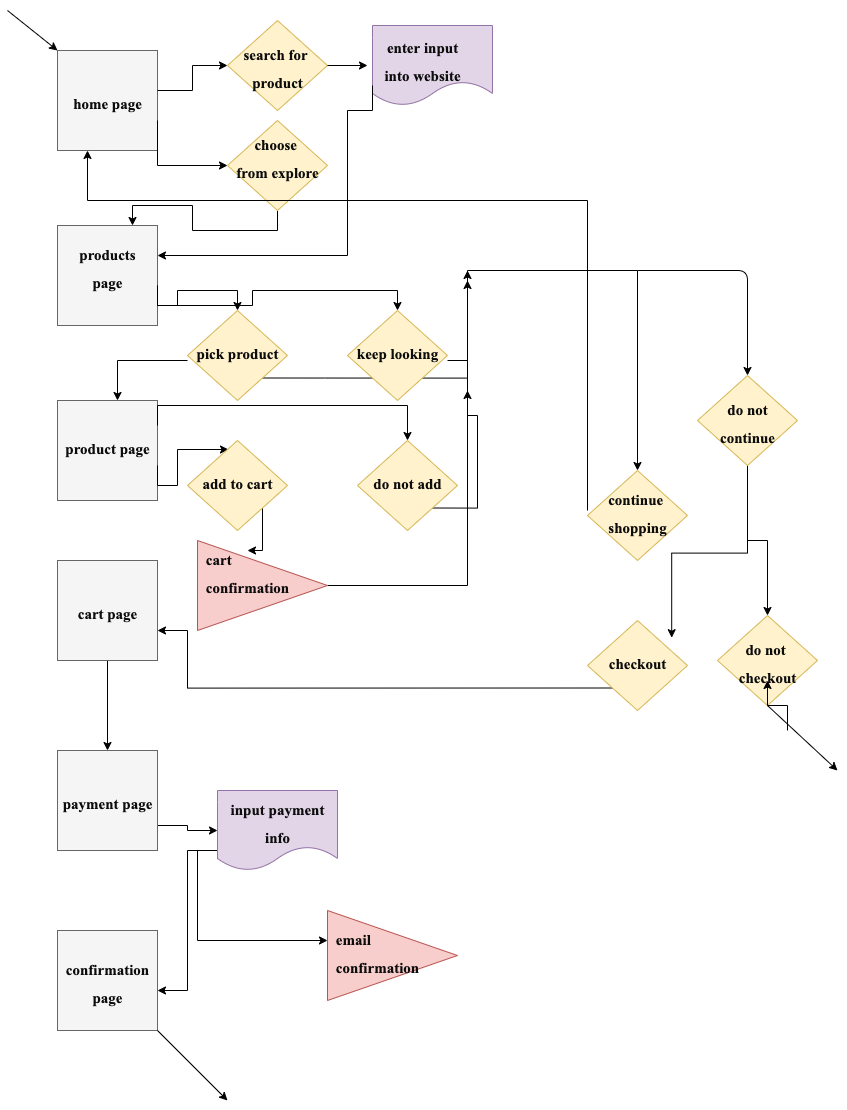
The draw.io diagram part2/part2.drawio.png in trisaleung/sp21-cse110-lab4, before a commit. Source tidied: cells renumbered, new cells last; positions are measured from the earlier drawing's top-left corner, leaving out a move shared by most shapes.
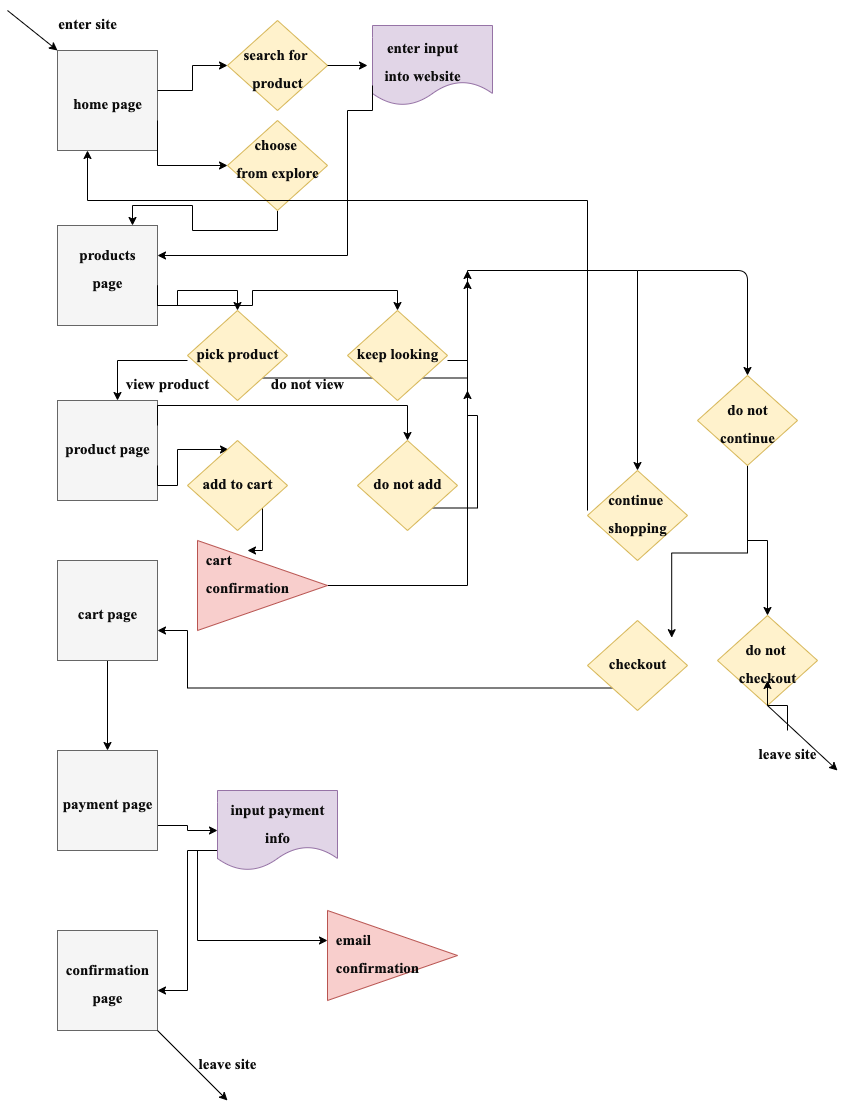
After the commit.

What changed in the source:
```diff
@@ -159,10 +159,10 @@
         <mxPoint y="10" as="sourcePoint" />
       </mxGeometry>
     </mxCell>
-    <mxCell id="45" value="&lt;font style=&quot;font-size: 15px&quot; face=&quot;Times New Roman&quot; color=&quot;#ffffff&quot;&gt;enter site&lt;/font&gt;" style="text;strokeColor=none;fillColor=none;html=1;fontSize=24;fontStyle=1;verticalAlign=middle;align=center;" parent="1" vertex="1">
+    <mxCell id="45" value="&lt;font style=&quot;font-size: 15px&quot; face=&quot;Times New Roman&quot; color=&quot;#0d0d0d&quot;&gt;enter site&lt;/font&gt;" style="text;strokeColor=none;fillColor=none;html=1;fontSize=24;fontStyle=1;verticalAlign=middle;align=center;" parent="1" vertex="1">
       <mxGeometry x="30" width="100" height="40" as="geometry" />
     </mxCell>
-    <mxCell id="46" value="&lt;font style=&quot;font-size: 15px&quot; face=&quot;Times New Roman&quot; color=&quot;#ffffff&quot;&gt;view product&lt;/font&gt;" style="text;strokeColor=none;fillColor=none;html=1;fontSize=24;fontStyle=1;verticalAlign=middle;align=center;" parent="1" vertex="1">
+    <mxCell id="46" value="&lt;font style=&quot;font-size: 15px&quot; face=&quot;Times New Roman&quot; color=&quot;#0d0d0d&quot;&gt;view product&lt;/font&gt;" style="text;strokeColor=none;fillColor=none;html=1;fontSize=24;fontStyle=1;verticalAlign=middle;align=center;" parent="1" vertex="1">
       <mxGeometry x="110" y="360" width="100" height="40" as="geometry" />
     </mxCell>
     <mxCell id="47" style="edgeStyle=orthogonalEdgeStyle;rounded=0;jettySize=auto;html=1;exitX=1;exitY=1;exitDx=0;exitDy=0;" parent="1" edge="1" source="48" target="37">
@@ -185,7 +185,7 @@
     <mxCell id="52" value="&lt;font color=&quot;#0d0d0d&quot; face=&quot;Times New Roman&quot;&gt;&lt;span style=&quot;font-size: 15px&quot;&gt;do not add&lt;/span&gt;&lt;/font&gt;" style="text;strokeColor=none;fillColor=none;html=1;fontSize=24;fontStyle=1;verticalAlign=middle;align=center;" parent="1" vertex="1">
       <mxGeometry x="350" y="460" width="100" height="40" as="geometry" />
     </mxCell>
-    <mxCell id="53" value="&lt;font style=&quot;font-size: 15px&quot; face=&quot;Times New Roman&quot; color=&quot;#ffffff&quot;&gt;do not view&lt;/font&gt;" style="text;strokeColor=none;fillColor=none;html=1;fontSize=24;fontStyle=1;verticalAlign=middle;align=center;" parent="1" vertex="1">
+    <mxCell id="53" value="&lt;font style=&quot;font-size: 15px&quot; face=&quot;Times New Roman&quot; color=&quot;#0d0d0d&quot;&gt;do not view&lt;/font&gt;" style="text;strokeColor=none;fillColor=none;html=1;fontSize=24;fontStyle=1;verticalAlign=middle;align=center;" parent="1" vertex="1">
       <mxGeometry x="250" y="360" width="100" height="40" as="geometry" />
     </mxCell>
     <mxCell id="54" style="rhombus;whiteSpace=wrap;html=1;fillColor=#fff2cc;strokeColor=#d6b656;" parent="1" vertex="1">
@@ -238,7 +238,7 @@
     <mxCell id="65" style="edgeStyle=orthogonalEdgeStyle;rounded=0;jettySize=auto;html=1;" parent="1" edge="1" source="66" target="62">
       <mxGeometry relative="1" as="geometry" />
     </mxCell>
-    <mxCell id="66" value="&lt;font style=&quot;font-size: 15px&quot; face=&quot;Times New Roman&quot; color=&quot;#ffffff&quot;&gt;leave site&lt;/font&gt;" style="text;strokeColor=none;fillColor=none;html=1;fontSize=24;fontStyle=1;verticalAlign=middle;align=center;" parent="1" vertex="1">
+    <mxCell id="66" value="&lt;font style=&quot;font-size: 15px&quot; face=&quot;Times New Roman&quot; color=&quot;#0d0d0d&quot;&gt;leave site&lt;/font&gt;" style="text;strokeColor=none;fillColor=none;html=1;fontSize=24;fontStyle=1;verticalAlign=middle;align=center;" parent="1" vertex="1">
       <mxGeometry x="730" y="730" width="100" height="40" as="geometry" />
     </mxCell>
     <mxCell id="67" style="edgeStyle=orthogonalEdgeStyle;rounded=0;jettySize=auto;html=1;exitX=0;exitY=0.75;exitDx=0;exitDy=0;entryX=1;entryY=0.75;entryDx=0;entryDy=0;" parent="1" edge="1" source="69" target="43">
@@ -259,7 +259,7 @@
     <mxCell id="72" value="&lt;div style=&quot;text-align: left&quot;&gt;&lt;font color=&quot;#0d0d0d&quot; face=&quot;times new roman&quot;&gt;&lt;span style=&quot;font-size: 15px&quot;&gt;email&amp;nbsp;&lt;/span&gt;&lt;/font&gt;&lt;/div&gt;&lt;div style=&quot;text-align: left&quot;&gt;&lt;font color=&quot;#0d0d0d&quot; face=&quot;times new roman&quot;&gt;&lt;span style=&quot;font-size: 15px&quot;&gt;confirmation&lt;/span&gt;&lt;/font&gt;&lt;/div&gt;" style="text;strokeColor=none;fillColor=none;html=1;fontSize=24;fontStyle=1;verticalAlign=middle;align=center;" parent="1" vertex="1">
       <mxGeometry x="320" y="930" width="100" height="40" as="geometry" />
     </mxCell>
-    <mxCell id="73" value="&lt;font style=&quot;font-size: 15px&quot; face=&quot;Times New Roman&quot; color=&quot;#ffffff&quot;&gt;leave site&lt;/font&gt;" style="text;strokeColor=none;fillColor=none;html=1;fontSize=24;fontStyle=1;verticalAlign=middle;align=center;" parent="1" vertex="1">
+    <mxCell id="73" value="&lt;font style=&quot;font-size: 15px&quot; face=&quot;Times New Roman&quot; color=&quot;#0d0d0d&quot;&gt;leave site&lt;/font&gt;" style="text;strokeColor=none;fillColor=none;html=1;fontSize=24;fontStyle=1;verticalAlign=middle;align=center;" parent="1" vertex="1">
       <mxGeometry x="170" y="1040" width="100" height="40" as="geometry" />
     </mxCell>
     <mxCell id="74" style="endArrow=classic;html=1;exitX=1;exitY=1;exitDx=0;exitDy=0;" parent="1" edge="1" source="42">
```
